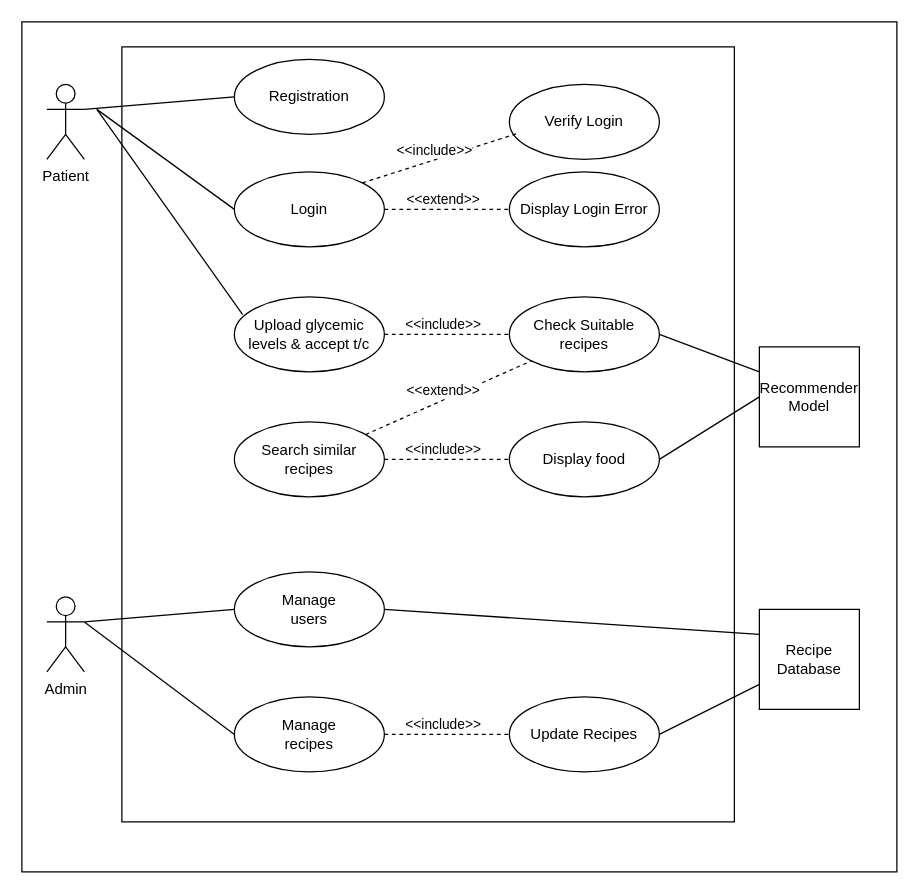
Earlier version of the draw.io diagram UseCase.drawio (MutonyiLewis/DiabetesRecipes). Source tidied: cells renumbered, new cells numbered last; positions are measured from the earlier drawing's top-left corner, leaving out a move shared by most shapes. Both pictures are drawn from the tidied source at 125%, with x=0, y=0 at pixel (21, 21).
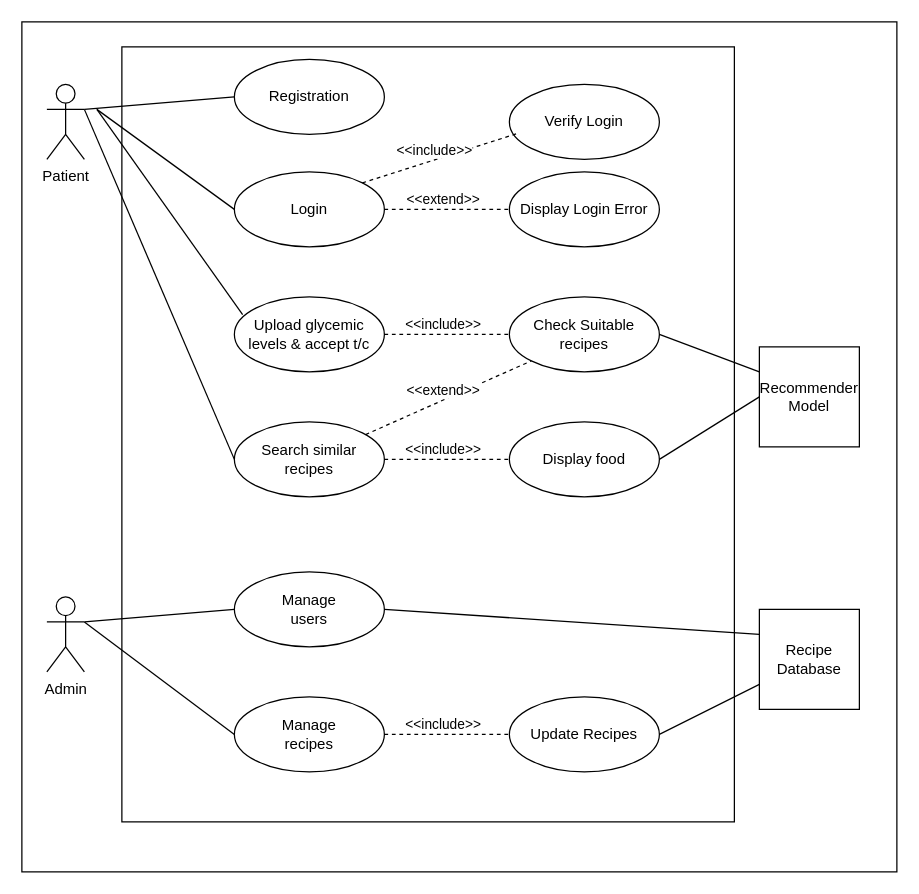
The same diagram, later.

The change refers to these unchanged cells:
```xml
<mxCell id="4" value="Patient" style="shape=umlActor;verticalLabelPosition=bottom;verticalAlign=top;html=1;outlineConnect=0;" parent="1" vertex="1">
  <mxGeometry x="20" y="50" width="30" height="60" as="geometry" />
</mxCell>
<mxCell id="8" value="Search similar recipes" style="ellipse;whiteSpace=wrap;html=1;" parent="1" vertex="1">
  <mxGeometry x="170" y="320" width="120" height="60" as="geometry" />
</mxCell>
```

Change to the diagram source:
```diff
@@
+    <mxCell id="40" style="endArrow=none;html=1;rounded=0;entryX=0;entryY=0.5;entryDx=0;entryDy=0;exitX=1;exitY=0.3333333333333333;exitDx=0;exitDy=0;exitPerimeter=0;" parent="1" edge="1" source="4" target="8">
+      <mxGeometry relative="1" as="geometry" />
+    </mxCell>
```
